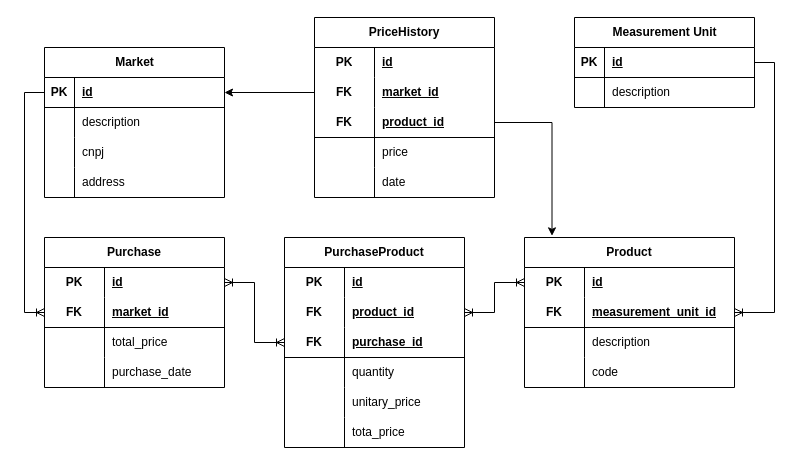
Before: backend/Market Diagram.drawio in KlausDG/market-prices-history, a draw.io diagram. Source tidied: cells renumbered, new cells numbered last; positions are measured from the earlier drawing's top-left corner, leaving out a move shared by most shapes. Both pictures are drawn from the tidied source at 100%, with x=0, y=0 at pixel (44, 17).
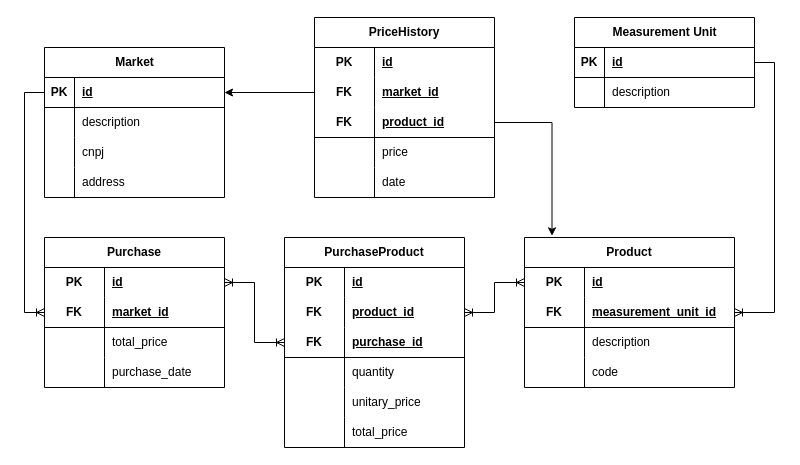
Above is the later version.

The change refers to these unchanged cells:
```xml
<mxCell id="52" style="shape=tableRow;horizontal=0;startSize=0;swimlaneHead=0;swimlaneBody=0;fillColor=none;top=0;left=0;right=0;bottom=0;html=1;" parent="36" vertex="1">
  <mxGeometry y="180" width="180" height="30" as="geometry" />
</mxCell>
```

Diff of the diagram source:
```diff
@@
-    <mxCell id="54" value="tota_price" style="shape=partialRectangle;fillColor=none;top=0;left=0;bottom=0;right=0;align=left;spacingLeft=6;overflow=hidden;html=1;whiteSpace=wrap;" parent="52" vertex="1">
+    <mxCell id="54" value="total_price" style="shape=partialRectangle;fillColor=none;top=0;left=0;bottom=0;right=0;align=left;spacingLeft=6;overflow=hidden;html=1;whiteSpace=wrap;" parent="52" vertex="1">
       <mxGeometry x="60" width="120" height="30" as="geometry" />
     </mxCell>
```
